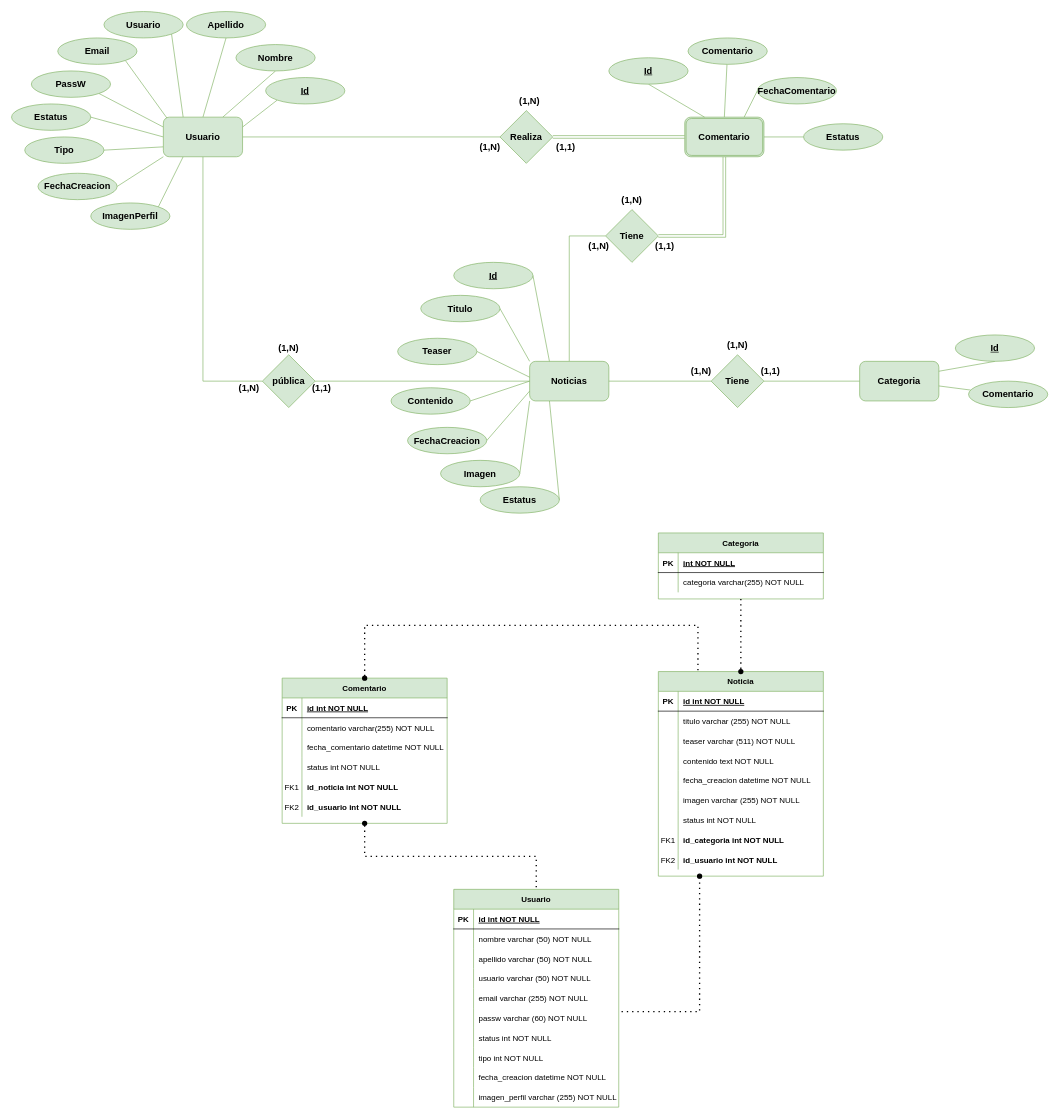
Above: Equipo7_ProyectoFinalWeb.drawio in gabbyhuell/Equipo7_ProyectoWeb (draw.io), before the change. Source tidied: cells renumbered, new cells numbered last; positions are measured from the earlier drawing's top-left corner, leaving out a move shared by most shapes. Both pictures are drawn from the tidied source at 66%, with x=0, y=0 at pixel (11, 11).
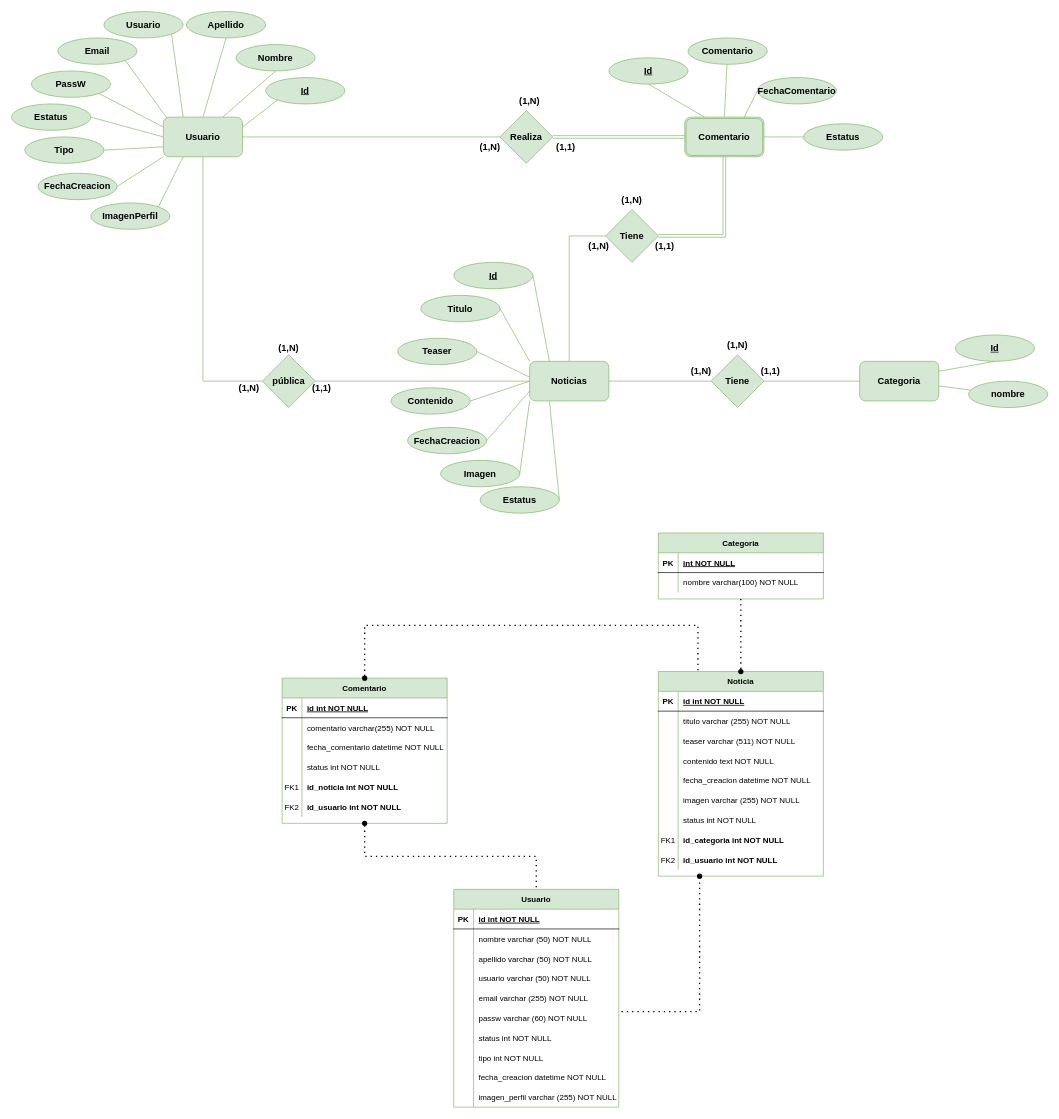
Above is the later version.

Unchanged cells that the change refers to:
```xml
<mxCell id="84" style="shape=partialRectangle;fillColor=none;top=0;left=0;right=0;bottom=0;" parent="80" vertex="1">
  <mxGeometry y="60" width="250" height="30" as="geometry" />
</mxCell>
```

The edit, as a diff of the source:
```diff
@@
-    <mxCell id="86" value="categoria varchar(255) NOT NULL" style="shape=partialRectangle;overflow=hidden;fillColor=none;top=0;left=0;bottom=0;right=0;align=left;spacingLeft=6;" parent="84" vertex="1">
+    <mxCell id="86" value="nombre varchar(100) NOT NULL" style="shape=partialRectangle;overflow=hidden;fillColor=none;top=0;left=0;bottom=0;right=0;align=left;spacingLeft=6;" parent="84" vertex="1">
       <mxGeometry x="30" width="220" height="30" as="geometry" />
     </mxCell>
@@
-    <mxCell id="137" value="&lt;b&gt;Comentario&lt;br&gt;&lt;/b&gt;" style="ellipse;whiteSpace=wrap;html=1;strokeColor=#82b366;fontSize=14;fillColor=#d5e8d4;" parent="1" vertex="1">
+    <mxCell id="137" value="&lt;b&gt;nombre&lt;br&gt;&lt;/b&gt;" style="ellipse;whiteSpace=wrap;html=1;strokeColor=#82b366;fontSize=14;fillColor=#d5e8d4;" parent="1" vertex="1">
       <mxGeometry x="1450" y="560" width="120" height="40" as="geometry" />
     </mxCell>
```
